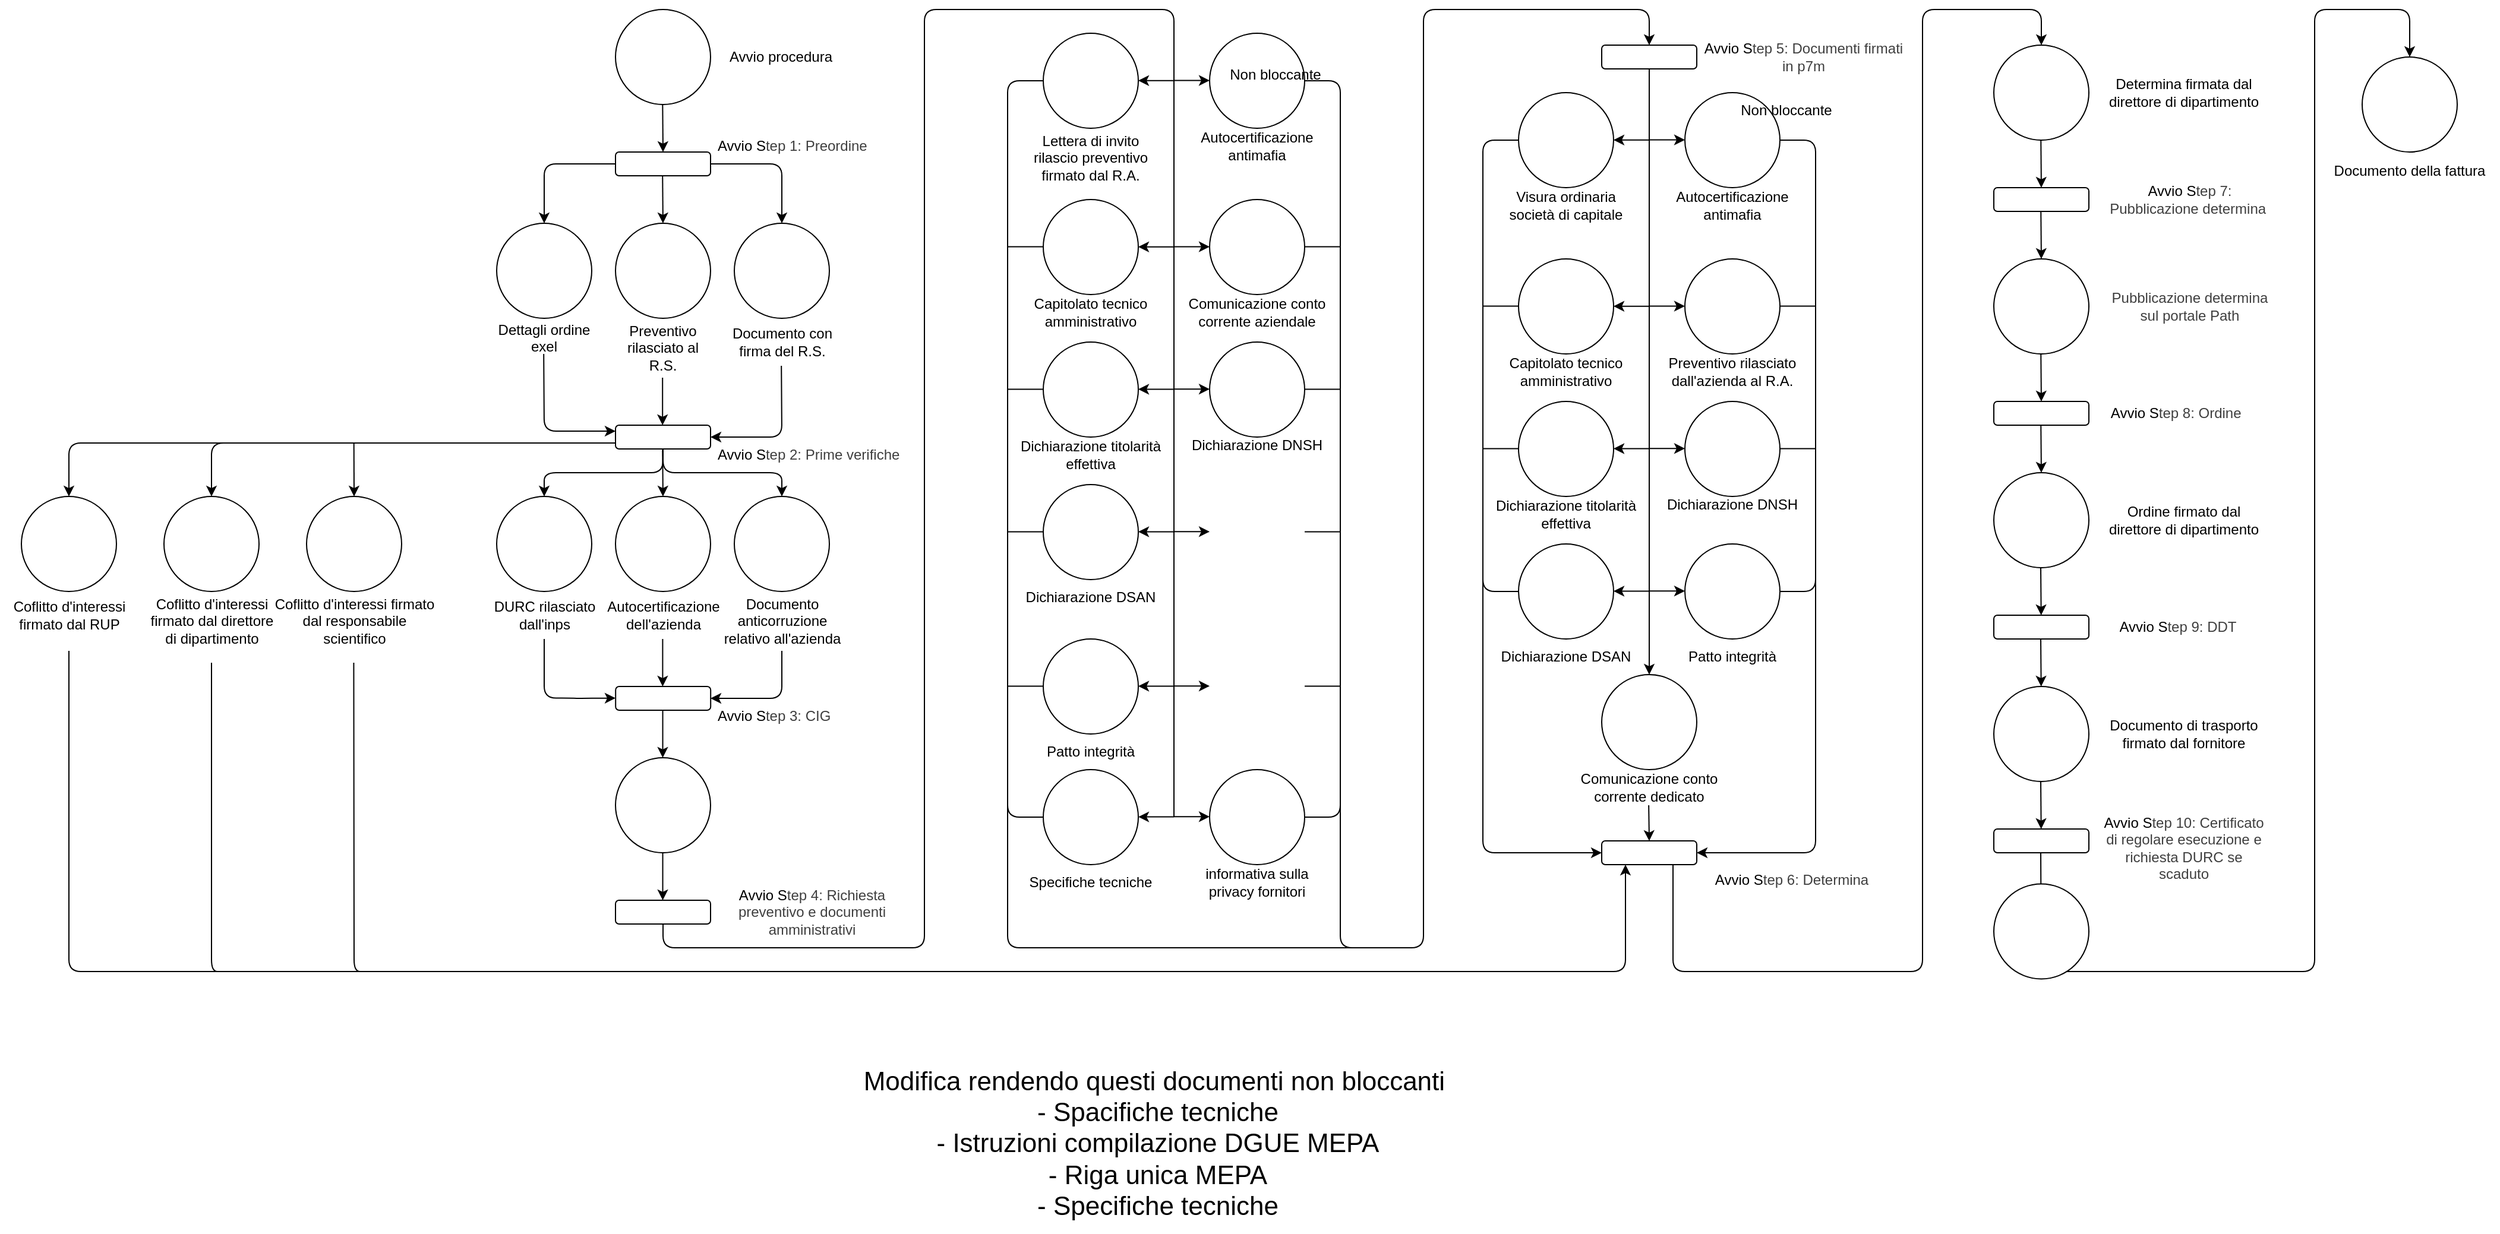
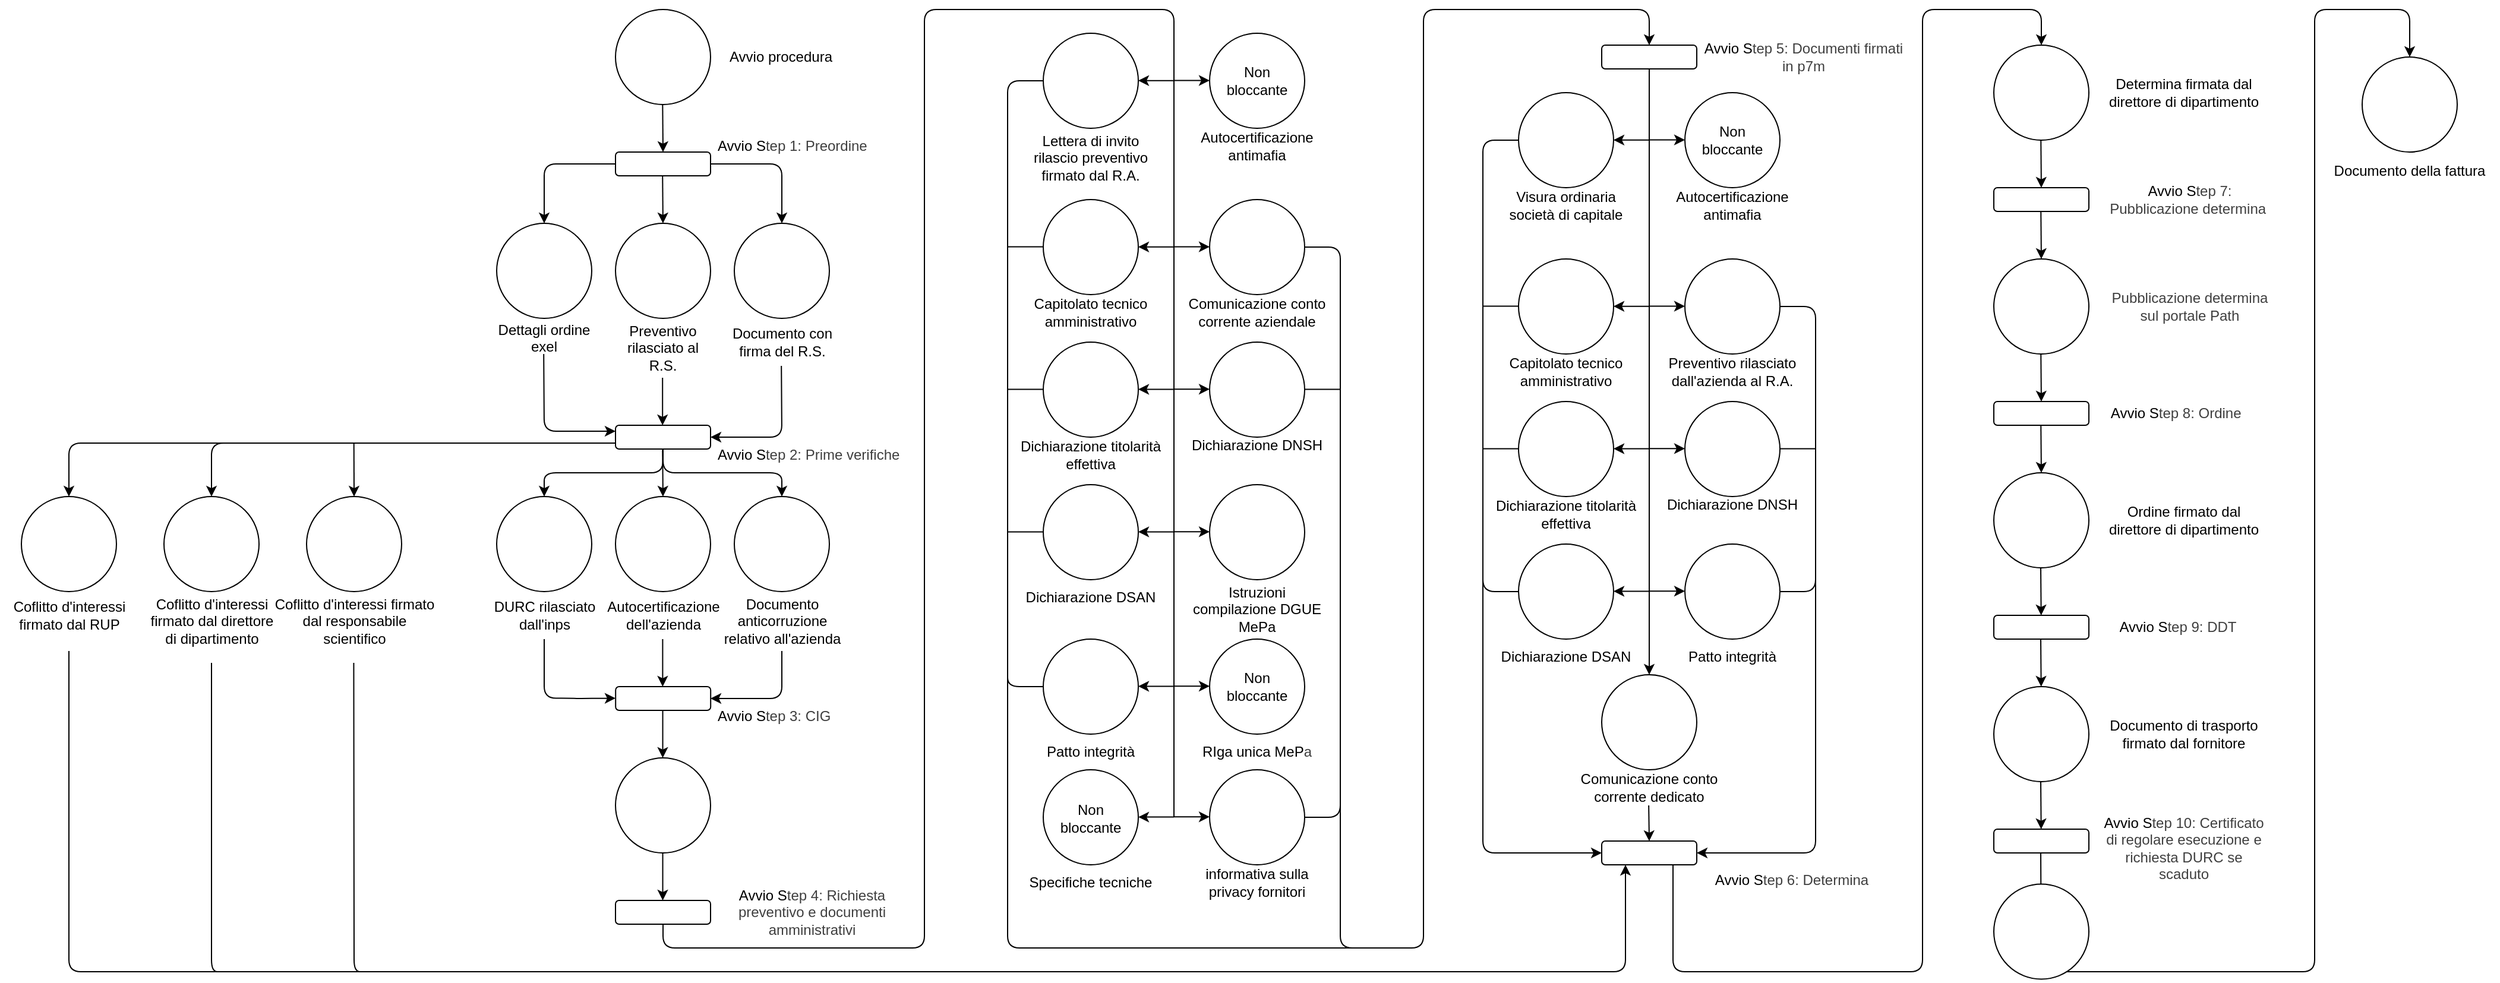
<mxfile host="65bd71144e">
    <diagram id="M0CqXsmwhPt5fOT2ijC5" name="Page-1">
-         <mxGraphModel dx="1296" dy="674" grid="1" gridSize="10" guides="1" tooltips="1" connect="1" arrows="1" fold="1" page="0" pageScale="1" pageWidth="827" pageHeight="1169" math="0" shadow="0">
+         <mxGraphModel dx="1529" dy="674" grid="1" gridSize="10" guides="1" tooltips="1" connect="1" arrows="1" fold="1" page="0" pageScale="1" pageWidth="827" pageHeight="1169" math="0" shadow="0">
            <root>
                <mxCell id="0"/>
                <mxCell id="1" parent="0"/>
                <mxCell id="2" value="" style="ellipse;whiteSpace=wrap;html=1;aspect=fixed;" parent="1" vertex="1">
                    <mxGeometry x="140" y="80" width="80" height="80" as="geometry"/>
                </mxCell>
                <mxCell id="3" value="" style="endArrow=classic;html=1;" parent="1" edge="1">
                    <mxGeometry width="50" height="50" relative="1" as="geometry">
                        <mxPoint x="179.66" y="160" as="sourcePoint"/>
                        <mxPoint x="180" y="200" as="targetPoint"/>
                    </mxGeometry>
                </mxCell>
                <mxCell id="4" value="" style="rounded=1;whiteSpace=wrap;html=1;strokeColor=default;align=center;verticalAlign=middle;fontFamily=Helvetica;fontSize=12;fontColor=default;fillColor=default;" parent="1" vertex="1">
                    <mxGeometry x="140" y="200" width="80" height="20" as="geometry"/>
                </mxCell>
                <mxCell id="5" value="Avvio procedura" style="text;strokeColor=none;fillColor=none;align=left;verticalAlign=middle;spacingLeft=4;spacingRight=4;overflow=hidden;points=[[0,0.5],[1,0.5]];portConstraint=eastwest;rotatable=0;whiteSpace=wrap;html=1;" parent="1" vertex="1">
                    <mxGeometry x="230" y="105" width="100" height="30" as="geometry"/>
                </mxCell>
                <mxCell id="6" value="Avvio S&lt;span style=&quot;color: rgb(63, 63, 63); background-color: transparent;&quot;&gt;tep 1: Preordine&lt;/span&gt;" style="text;strokeColor=none;fillColor=none;align=left;verticalAlign=middle;spacingLeft=4;spacingRight=4;overflow=hidden;points=[[0,0.5],[1,0.5]];portConstraint=eastwest;rotatable=0;whiteSpace=wrap;html=1;" parent="1" vertex="1">
                    <mxGeometry x="220" y="180" width="140" height="30" as="geometry"/>
                </mxCell>
                <mxCell id="7" value="" style="endArrow=classic;html=1;" parent="1" edge="1">
                    <mxGeometry width="50" height="50" relative="1" as="geometry">
                        <mxPoint x="179.62" y="220" as="sourcePoint"/>
                        <mxPoint x="179.96" y="260" as="targetPoint"/>
                    </mxGeometry>
                </mxCell>
                <mxCell id="8" value="" style="ellipse;whiteSpace=wrap;html=1;aspect=fixed;" parent="1" vertex="1">
                    <mxGeometry x="40" y="260" width="80" height="80" as="geometry"/>
                </mxCell>
                <mxCell id="9" value="" style="ellipse;whiteSpace=wrap;html=1;aspect=fixed;" parent="1" vertex="1">
                    <mxGeometry x="140" y="260" width="80" height="80" as="geometry"/>
                </mxCell>
                <mxCell id="10" value="" style="ellipse;whiteSpace=wrap;html=1;aspect=fixed;" parent="1" vertex="1">
                    <mxGeometry x="240" y="260" width="80" height="80" as="geometry"/>
                </mxCell>
                <mxCell id="11" value="Dettagli ordine exel" style="text;strokeColor=none;fillColor=none;align=center;verticalAlign=middle;spacingLeft=4;spacingRight=4;overflow=hidden;points=[[0,0.5],[1,0.5]];portConstraint=eastwest;rotatable=0;whiteSpace=wrap;html=1;" parent="1" vertex="1">
                    <mxGeometry x="35" y="340" width="90" height="30" as="geometry"/>
                </mxCell>
                <mxCell id="12" value="Preventivo rilasciato al R.S." style="text;strokeColor=none;fillColor=none;align=center;verticalAlign=middle;spacingLeft=4;spacingRight=4;overflow=hidden;points=[[0,0.5],[1,0.5]];portConstraint=eastwest;rotatable=0;whiteSpace=wrap;html=1;" parent="1" vertex="1">
                    <mxGeometry x="135" y="340" width="90" height="50" as="geometry"/>
                </mxCell>
                <mxCell id="13" value="Documento con firma del R.S." style="text;strokeColor=none;fillColor=none;align=center;verticalAlign=middle;spacingLeft=4;spacingRight=4;overflow=hidden;points=[[0,0.5],[1,0.5]];portConstraint=eastwest;rotatable=0;whiteSpace=wrap;html=1;" parent="1" vertex="1">
                    <mxGeometry x="227.5" y="340" width="105" height="40" as="geometry"/>
                </mxCell>
                <mxCell id="14" value="" style="endArrow=classic;html=1;exitX=1;exitY=0.5;exitDx=0;exitDy=0;entryX=0.5;entryY=0;entryDx=0;entryDy=0;" parent="1" source="4" target="10" edge="1">
                    <mxGeometry width="50" height="50" relative="1" as="geometry">
                        <mxPoint x="200" y="470" as="sourcePoint"/>
                        <mxPoint x="250" y="420" as="targetPoint"/>
                        <Array as="points">
                            <mxPoint x="280" y="210"/>
                        </Array>
                    </mxGeometry>
                </mxCell>
                <mxCell id="15" value="" style="endArrow=classic;html=1;exitX=0;exitY=0.5;exitDx=0;exitDy=0;entryX=0.5;entryY=0;entryDx=0;entryDy=0;" parent="1" source="4" edge="1">
                    <mxGeometry width="50" height="50" relative="1" as="geometry">
                        <mxPoint x="20" y="210" as="sourcePoint"/>
                        <mxPoint x="80" y="260" as="targetPoint"/>
                        <Array as="points">
                            <mxPoint x="80" y="210"/>
                        </Array>
                    </mxGeometry>
                </mxCell>
                <mxCell id="16" value="" style="endArrow=classic;html=1;entryX=0;entryY=0.25;entryDx=0;entryDy=0;" parent="1" target="20" edge="1">
                    <mxGeometry width="50" height="50" relative="1" as="geometry">
                        <mxPoint x="79.6" y="370" as="sourcePoint"/>
                        <mxPoint x="120" y="430" as="targetPoint"/>
                        <Array as="points">
                            <mxPoint x="80" y="435"/>
                        </Array>
                    </mxGeometry>
                </mxCell>
                <mxCell id="17" value="" style="endArrow=classic;html=1;" parent="1" edge="1">
                    <mxGeometry width="50" height="50" relative="1" as="geometry">
                        <mxPoint x="179.6" y="390" as="sourcePoint"/>
                        <mxPoint x="179.6" y="430" as="targetPoint"/>
                    </mxGeometry>
                </mxCell>
                <mxCell id="18" value="" style="endArrow=classic;html=1;entryX=1;entryY=0.5;entryDx=0;entryDy=0;" parent="1" target="20" edge="1">
                    <mxGeometry width="50" height="50" relative="1" as="geometry">
                        <mxPoint x="279.6" y="380" as="sourcePoint"/>
                        <mxPoint x="279.6" y="420" as="targetPoint"/>
                        <Array as="points">
                            <mxPoint x="280" y="440"/>
                        </Array>
                    </mxGeometry>
                </mxCell>
                <mxCell id="20" value="" style="rounded=1;whiteSpace=wrap;html=1;strokeColor=default;align=center;verticalAlign=middle;fontFamily=Helvetica;fontSize=12;fontColor=default;fillColor=default;" parent="1" vertex="1">
                    <mxGeometry x="140" y="430" width="80" height="20" as="geometry"/>
                </mxCell>
                <mxCell id="21" value="Avvio S&lt;span style=&quot;color: rgb(63, 63, 63); background-color: transparent;&quot;&gt;tep 2: Prime verifiche&lt;/span&gt;" style="text;strokeColor=none;fillColor=none;align=left;verticalAlign=middle;spacingLeft=4;spacingRight=4;overflow=hidden;points=[[0,0.5],[1,0.5]];portConstraint=eastwest;rotatable=0;whiteSpace=wrap;html=1;" parent="1" vertex="1">
                    <mxGeometry x="220" y="440" width="170" height="30" as="geometry"/>
                </mxCell>
                <mxCell id="22" value="" style="endArrow=classic;html=1;exitX=0;exitY=0.75;exitDx=0;exitDy=0;entryX=0.5;entryY=0;entryDx=0;entryDy=0;" parent="1" source="20" target="212" edge="1">
                    <mxGeometry width="50" height="50" relative="1" as="geometry">
                        <mxPoint x="-10" y="510" as="sourcePoint"/>
                        <mxPoint x="-200" y="390" as="targetPoint"/>
                        <Array as="points">
                            <mxPoint x="-200" y="445"/>
                        </Array>
                    </mxGeometry>
                </mxCell>
                <mxCell id="26" value="" style="endArrow=classic;html=1;" parent="1" edge="1">
                    <mxGeometry width="50" height="50" relative="1" as="geometry">
                        <mxPoint x="179.62" y="450" as="sourcePoint"/>
                        <mxPoint x="179.96" y="490" as="targetPoint"/>
                    </mxGeometry>
                </mxCell>
                <mxCell id="27" value="" style="ellipse;whiteSpace=wrap;html=1;aspect=fixed;" parent="1" vertex="1">
                    <mxGeometry x="40" y="490" width="80" height="80" as="geometry"/>
                </mxCell>
                <mxCell id="28" value="" style="ellipse;whiteSpace=wrap;html=1;aspect=fixed;" parent="1" vertex="1">
                    <mxGeometry x="140" y="490" width="80" height="80" as="geometry"/>
                </mxCell>
                <mxCell id="29" value="" style="ellipse;whiteSpace=wrap;html=1;aspect=fixed;" parent="1" vertex="1">
                    <mxGeometry x="240" y="490" width="80" height="80" as="geometry"/>
                </mxCell>
                <mxCell id="30" value="DURC rilasciato dall&#39;inps" style="text;strokeColor=none;fillColor=none;align=center;verticalAlign=middle;spacingLeft=4;spacingRight=4;overflow=hidden;points=[[0,0.5],[1,0.5]];portConstraint=eastwest;rotatable=0;whiteSpace=wrap;html=1;" parent="1" vertex="1">
                    <mxGeometry x="27.5" y="570" width="105" height="40" as="geometry"/>
                </mxCell>
                <mxCell id="31" value="Autocertificazione dell&#39;azienda" style="text;strokeColor=none;fillColor=none;align=center;verticalAlign=middle;spacingLeft=4;spacingRight=4;overflow=hidden;points=[[0,0.5],[1,0.5]];portConstraint=eastwest;rotatable=0;whiteSpace=wrap;html=1;" parent="1" vertex="1">
                    <mxGeometry x="127.5" y="565" width="105" height="50" as="geometry"/>
                </mxCell>
                <mxCell id="32" value="Documento anticorruzione relativo all&#39;azienda" style="text;strokeColor=none;fillColor=none;align=center;verticalAlign=middle;spacingLeft=4;spacingRight=4;overflow=hidden;points=[[0,0.5],[1,0.5]];portConstraint=eastwest;rotatable=0;whiteSpace=wrap;html=1;" parent="1" vertex="1">
                    <mxGeometry x="223.75" y="565" width="112.5" height="60" as="geometry"/>
                </mxCell>
                <mxCell id="33" value="" style="endArrow=classic;html=1;entryX=0.5;entryY=0;entryDx=0;entryDy=0;" parent="1" target="29" edge="1">
                    <mxGeometry width="50" height="50" relative="1" as="geometry">
                        <mxPoint x="180" y="450" as="sourcePoint"/>
                        <mxPoint x="250" y="650" as="targetPoint"/>
                        <Array as="points">
                            <mxPoint x="180" y="470"/>
                            <mxPoint x="280" y="470"/>
                        </Array>
                    </mxGeometry>
                </mxCell>
                <mxCell id="34" value="" style="endArrow=classic;html=1;entryX=0.5;entryY=0;entryDx=0;entryDy=0;" parent="1" edge="1">
                    <mxGeometry width="50" height="50" relative="1" as="geometry">
                        <mxPoint x="180" y="450" as="sourcePoint"/>
                        <mxPoint x="80" y="490" as="targetPoint"/>
                        <Array as="points">
                            <mxPoint x="180" y="470"/>
                            <mxPoint x="80" y="470"/>
                        </Array>
                    </mxGeometry>
                </mxCell>
                <mxCell id="38" value="" style="endArrow=classic;html=1;entryX=0;entryY=0.25;entryDx=0;entryDy=0;" parent="1" edge="1">
                    <mxGeometry width="50" height="50" relative="1" as="geometry">
                        <mxPoint x="80" y="610" as="sourcePoint"/>
                        <mxPoint x="140.00000000000003" y="659.8" as="targetPoint"/>
                        <Array as="points">
                            <mxPoint x="80.00000000000001" y="659.8"/>
                            <mxPoint x="99.9" y="659.8"/>
                            <mxPoint x="110" y="660"/>
                        </Array>
                    </mxGeometry>
                </mxCell>
                <mxCell id="39" value="" style="endArrow=classic;html=1;" parent="1" edge="1">
                    <mxGeometry width="50" height="50" relative="1" as="geometry">
                        <mxPoint x="179.7" y="610" as="sourcePoint"/>
                        <mxPoint x="179.7" y="650" as="targetPoint"/>
                    </mxGeometry>
                </mxCell>
                <mxCell id="40" value="" style="endArrow=classic;html=1;entryX=1;entryY=0.5;entryDx=0;entryDy=0;" parent="1" edge="1">
                    <mxGeometry width="50" height="50" relative="1" as="geometry">
                        <mxPoint x="280" y="620" as="sourcePoint"/>
                        <mxPoint x="219.99999999999991" y="660" as="targetPoint"/>
                        <Array as="points">
                            <mxPoint x="279.99999999999994" y="660"/>
                        </Array>
                    </mxGeometry>
                </mxCell>
                <mxCell id="41" value="" style="rounded=1;whiteSpace=wrap;html=1;strokeColor=default;align=center;verticalAlign=middle;fontFamily=Helvetica;fontSize=12;fontColor=default;fillColor=default;" parent="1" vertex="1">
                    <mxGeometry x="140.1" y="650" width="80" height="20" as="geometry"/>
                </mxCell>
                <mxCell id="42" value="Avvio S&lt;span style=&quot;color: rgb(63, 63, 63); background-color: transparent;&quot;&gt;tep 3: CIG&lt;/span&gt;" style="text;strokeColor=none;fillColor=none;align=left;verticalAlign=middle;spacingLeft=4;spacingRight=4;overflow=hidden;points=[[0,0.5],[1,0.5]];portConstraint=eastwest;rotatable=0;whiteSpace=wrap;html=1;" parent="1" vertex="1">
                    <mxGeometry x="220" y="660" width="170" height="30" as="geometry"/>
                </mxCell>
                <mxCell id="43" value="" style="endArrow=classic;html=1;" parent="1" edge="1">
                    <mxGeometry width="50" height="50" relative="1" as="geometry">
                        <mxPoint x="179.76" y="670" as="sourcePoint"/>
                        <mxPoint x="179.76" y="710" as="targetPoint"/>
                    </mxGeometry>
                </mxCell>
                <mxCell id="44" value="" style="ellipse;whiteSpace=wrap;html=1;aspect=fixed;" parent="1" vertex="1">
                    <mxGeometry x="140" y="710" width="80" height="80" as="geometry"/>
                </mxCell>
                <mxCell id="45" value="" style="rounded=1;whiteSpace=wrap;html=1;strokeColor=default;align=center;verticalAlign=middle;fontFamily=Helvetica;fontSize=12;fontColor=default;fillColor=default;" parent="1" vertex="1">
                    <mxGeometry x="140" y="830" width="80" height="20" as="geometry"/>
                </mxCell>
                <mxCell id="47" value="" style="endArrow=classic;html=1;" parent="1" edge="1">
                    <mxGeometry width="50" height="50" relative="1" as="geometry">
                        <mxPoint x="179.76" y="790" as="sourcePoint"/>
                        <mxPoint x="179.76" y="830" as="targetPoint"/>
                    </mxGeometry>
                </mxCell>
                <mxCell id="48" value="Avvio S&lt;span style=&quot;color: rgb(63, 63, 63); background-color: transparent;&quot;&gt;tep 4: Richiesta preventivo e documenti amministrativi&lt;/span&gt;" style="text;strokeColor=none;fillColor=none;align=center;verticalAlign=middle;spacingLeft=4;spacingRight=4;overflow=hidden;points=[[0,0.5],[1,0.5]];portConstraint=eastwest;rotatable=0;whiteSpace=wrap;html=1;" parent="1" vertex="1">
                    <mxGeometry x="222.5" y="816.25" width="165" height="47.5" as="geometry"/>
                </mxCell>
                <mxCell id="50" value="" style="ellipse;whiteSpace=wrap;html=1;aspect=fixed;" parent="1" vertex="1">
                    <mxGeometry x="500" y="100" width="80" height="80" as="geometry"/>
                </mxCell>
                <mxCell id="51" value="" style="ellipse;whiteSpace=wrap;html=1;aspect=fixed;" parent="1" vertex="1">
                    <mxGeometry x="500" y="240" width="80" height="80" as="geometry"/>
                </mxCell>
                <mxCell id="52" value="" style="ellipse;whiteSpace=wrap;html=1;aspect=fixed;" parent="1" vertex="1">
                    <mxGeometry x="500" y="360" width="80" height="80" as="geometry"/>
                </mxCell>
                <mxCell id="53" value="" style="ellipse;whiteSpace=wrap;html=1;aspect=fixed;" parent="1" vertex="1">
                    <mxGeometry x="500" y="480" width="80" height="80" as="geometry"/>
                </mxCell>
                <mxCell id="54" value="" style="ellipse;whiteSpace=wrap;html=1;aspect=fixed;" parent="1" vertex="1">
                    <mxGeometry x="500" y="610" width="80" height="80" as="geometry"/>
                </mxCell>
                <mxCell id="55" value="" style="ellipse;whiteSpace=wrap;html=1;aspect=fixed;" parent="1" vertex="1">
                    <mxGeometry x="500" y="720" width="80" height="80" as="geometry"/>
                </mxCell>
                <mxCell id="56" value="" style="ellipse;whiteSpace=wrap;html=1;aspect=fixed;" parent="1" vertex="1">
                    <mxGeometry x="640" y="100" width="80" height="80" as="geometry"/>
                </mxCell>
                <mxCell id="57" value="" style="ellipse;whiteSpace=wrap;html=1;aspect=fixed;" parent="1" vertex="1">
                    <mxGeometry x="640" y="240" width="80" height="80" as="geometry"/>
                </mxCell>
                <mxCell id="58" value="" style="ellipse;whiteSpace=wrap;html=1;aspect=fixed;" parent="1" vertex="1">
                    <mxGeometry x="640" y="360" width="80" height="80" as="geometry"/>
                </mxCell>
                <mxCell id="61" value="" style="ellipse;whiteSpace=wrap;html=1;aspect=fixed;" parent="1" vertex="1">
                    <mxGeometry x="640" y="720" width="80" height="80" as="geometry"/>
                </mxCell>
-                 <mxCell id="81" value="" style="endArrow=none;html=1;entryX=0;entryY=0.5;entryDx=0;entryDy=0;exitX=0;exitY=0.5;exitDx=0;exitDy=0;" parent="1" source="55" target="50" edge="1">
+                 <mxCell id="81" value="" style="endArrow=none;html=1;entryX=0;entryY=0.5;entryDx=0;entryDy=0;exitX=0;exitY=0.5;exitDx=0;exitDy=0;" parent="1" source="54" target="50" edge="1">
                    <mxGeometry width="50" height="50" relative="1" as="geometry">
                        <mxPoint x="470" y="636.8116295855979" as="sourcePoint"/>
                        <mxPoint x="510" y="375" as="targetPoint"/>
                        <Array as="points">
-                             <mxPoint x="470" y="760"/>
+                             <mxPoint x="470" y="650"/>
                            <mxPoint x="470" y="635"/>
                            <mxPoint x="470" y="140"/>
                        </Array>
                    </mxGeometry>
                </mxCell>
-                 <mxCell id="82" value="" style="endArrow=none;html=1;entryX=1;entryY=0.5;entryDx=0;entryDy=0;exitX=1;exitY=0.5;exitDx=0;exitDy=0;" parent="1" source="56" target="61" edge="1">
-                     <mxGeometry width="50" height="50" relative="1" as="geometry">
-                         <mxPoint x="780" y="130" as="sourcePoint"/>
+                 <mxCell id="82" value="" style="endArrow=none;html=1;entryX=1;entryY=0.5;entryDx=0;entryDy=0;exitX=1;exitY=0.5;exitDx=0;exitDy=0;" parent="1" source="57" target="61" edge="1">
+                     <mxGeometry width="50" height="50" relative="1" as="geometry">
+                         <mxPoint x="730" y="230" as="sourcePoint"/>
                        <mxPoint x="780" y="625" as="targetPoint"/>
                        <Array as="points">
-                             <mxPoint x="750" y="140"/>
+                             <mxPoint x="750" y="280"/>
                            <mxPoint x="750" y="635"/>
                            <mxPoint x="750" y="760"/>
                        </Array>
                    </mxGeometry>
                </mxCell>
                <mxCell id="83" value="" style="endArrow=classic;html=1;" parent="1" edge="1">
                    <mxGeometry width="50" height="50" relative="1" as="geometry">
                        <mxPoint x="610" y="759.81" as="sourcePoint"/>
                        <mxPoint x="580" y="759.81" as="targetPoint"/>
                    </mxGeometry>
                </mxCell>
                <mxCell id="85" value="" style="endArrow=classic;html=1;" parent="1" edge="1">
                    <mxGeometry width="50" height="50" relative="1" as="geometry">
                        <mxPoint x="610" y="759.6" as="sourcePoint"/>
                        <mxPoint x="640" y="759.6" as="targetPoint"/>
                    </mxGeometry>
                </mxCell>
                <mxCell id="86" value="" style="endArrow=classic;html=1;" parent="1" edge="1">
                    <mxGeometry width="50" height="50" relative="1" as="geometry">
                        <mxPoint x="610" y="649.74" as="sourcePoint"/>
                        <mxPoint x="580" y="649.74" as="targetPoint"/>
                    </mxGeometry>
                </mxCell>
                <mxCell id="87" value="" style="endArrow=classic;html=1;" parent="1" edge="1">
                    <mxGeometry width="50" height="50" relative="1" as="geometry">
                        <mxPoint x="610" y="649.65" as="sourcePoint"/>
                        <mxPoint x="640" y="649.65" as="targetPoint"/>
                    </mxGeometry>
                </mxCell>
                <mxCell id="88" value="" style="endArrow=classic;html=1;" parent="1" edge="1">
                    <mxGeometry width="50" height="50" relative="1" as="geometry">
                        <mxPoint x="610" y="519.74" as="sourcePoint"/>
                        <mxPoint x="580" y="519.74" as="targetPoint"/>
                    </mxGeometry>
                </mxCell>
                <mxCell id="89" value="" style="endArrow=classic;html=1;" parent="1" edge="1">
                    <mxGeometry width="50" height="50" relative="1" as="geometry">
                        <mxPoint x="610" y="519.65" as="sourcePoint"/>
                        <mxPoint x="640" y="519.65" as="targetPoint"/>
                    </mxGeometry>
                </mxCell>
                <mxCell id="90" value="" style="endArrow=classic;html=1;" parent="1" edge="1">
                    <mxGeometry width="50" height="50" relative="1" as="geometry">
                        <mxPoint x="610" y="399.74" as="sourcePoint"/>
                        <mxPoint x="580" y="399.74" as="targetPoint"/>
                    </mxGeometry>
                </mxCell>
                <mxCell id="91" value="" style="endArrow=classic;html=1;" parent="1" edge="1">
                    <mxGeometry width="50" height="50" relative="1" as="geometry">
                        <mxPoint x="610" y="399.65" as="sourcePoint"/>
                        <mxPoint x="640" y="399.65" as="targetPoint"/>
                        <Array as="points"/>
                    </mxGeometry>
                </mxCell>
                <mxCell id="92" value="" style="endArrow=classic;html=1;" parent="1" edge="1">
                    <mxGeometry width="50" height="50" relative="1" as="geometry">
                        <mxPoint x="610" y="279.84000000000003" as="sourcePoint"/>
                        <mxPoint x="580" y="279.84000000000003" as="targetPoint"/>
                    </mxGeometry>
                </mxCell>
                <mxCell id="93" value="" style="endArrow=classic;html=1;" parent="1" edge="1">
                    <mxGeometry width="50" height="50" relative="1" as="geometry">
                        <mxPoint x="610" y="279.75" as="sourcePoint"/>
                        <mxPoint x="640" y="279.75" as="targetPoint"/>
                    </mxGeometry>
                </mxCell>
                <mxCell id="94" value="" style="endArrow=classic;html=1;" parent="1" edge="1">
                    <mxGeometry width="50" height="50" relative="1" as="geometry">
                        <mxPoint x="610" y="139.84000000000003" as="sourcePoint"/>
                        <mxPoint x="580" y="139.84000000000003" as="targetPoint"/>
                    </mxGeometry>
                </mxCell>
                <mxCell id="95" value="" style="endArrow=classic;html=1;" parent="1" edge="1">
                    <mxGeometry width="50" height="50" relative="1" as="geometry">
                        <mxPoint x="610" y="139.75" as="sourcePoint"/>
                        <mxPoint x="640" y="139.75" as="targetPoint"/>
                    </mxGeometry>
                </mxCell>
-                 <mxCell id="96" value="" style="endArrow=none;html=1;" parent="1" edge="1">
-                     <mxGeometry width="50" height="50" relative="1" as="geometry">
-                         <mxPoint x="720" y="279.7" as="sourcePoint"/>
-                         <mxPoint x="750" y="279.7" as="targetPoint"/>
-                     </mxGeometry>
-                 </mxCell>
                <mxCell id="97" value="" style="endArrow=none;html=1;" parent="1" edge="1">
                    <mxGeometry width="50" height="50" relative="1" as="geometry">
                        <mxPoint x="720" y="399.7" as="sourcePoint"/>
                        <mxPoint x="750" y="399.7" as="targetPoint"/>
                    </mxGeometry>
                </mxCell>
-                 <mxCell id="98" value="" style="endArrow=none;html=1;" parent="1" edge="1">
-                     <mxGeometry width="50" height="50" relative="1" as="geometry">
-                         <mxPoint x="720" y="519.7" as="sourcePoint"/>
-                         <mxPoint x="750" y="519.7" as="targetPoint"/>
-                     </mxGeometry>
-                 </mxCell>
-                 <mxCell id="99" value="" style="endArrow=none;html=1;" parent="1" edge="1">
-                     <mxGeometry width="50" height="50" relative="1" as="geometry">
-                         <mxPoint x="720" y="649.7" as="sourcePoint"/>
-                         <mxPoint x="750" y="649.7" as="targetPoint"/>
-                     </mxGeometry>
-                 </mxCell>
                <mxCell id="100" value="" style="endArrow=none;html=1;" parent="1" edge="1">
                    <mxGeometry width="50" height="50" relative="1" as="geometry">
                        <mxPoint x="470" y="279.7" as="sourcePoint"/>
                        <mxPoint x="500" y="279.7" as="targetPoint"/>
                    </mxGeometry>
                </mxCell>
                <mxCell id="101" value="" style="endArrow=none;html=1;" parent="1" edge="1">
                    <mxGeometry width="50" height="50" relative="1" as="geometry">
                        <mxPoint x="470" y="399.7" as="sourcePoint"/>
                        <mxPoint x="500" y="399.7" as="targetPoint"/>
                    </mxGeometry>
                </mxCell>
                <mxCell id="102" value="" style="endArrow=none;html=1;" parent="1" edge="1">
                    <mxGeometry width="50" height="50" relative="1" as="geometry">
                        <mxPoint x="470" y="519.7" as="sourcePoint"/>
                        <mxPoint x="500" y="519.7" as="targetPoint"/>
                    </mxGeometry>
                </mxCell>
-                 <mxCell id="103" value="" style="endArrow=none;html=1;" parent="1" edge="1">
-                     <mxGeometry width="50" height="50" relative="1" as="geometry">
-                         <mxPoint x="470" y="649.7" as="sourcePoint"/>
-                         <mxPoint x="500" y="649.7" as="targetPoint"/>
-                     </mxGeometry>
-                 </mxCell>
                <mxCell id="105" value="Lettera di invito rilascio preventivo firmato dal R.A." style="text;strokeColor=none;fillColor=none;align=center;verticalAlign=middle;spacingLeft=4;spacingRight=4;overflow=hidden;points=[[0,0.5],[1,0.5]];portConstraint=eastwest;rotatable=0;whiteSpace=wrap;html=1;" parent="1" vertex="1">
                    <mxGeometry x="475" y="180" width="130" height="50" as="geometry"/>
                </mxCell>
                <mxCell id="106" value="Autocertificazione antimafia" style="text;strokeColor=none;fillColor=none;align=center;verticalAlign=middle;spacingLeft=4;spacingRight=4;overflow=hidden;points=[[0,0.5],[1,0.5]];portConstraint=eastwest;rotatable=0;whiteSpace=wrap;html=1;" parent="1" vertex="1">
                    <mxGeometry x="615" y="170" width="130" height="50" as="geometry"/>
                </mxCell>
                <mxCell id="107" value="Capitolato tecnico amministrativo" style="text;strokeColor=none;fillColor=none;align=center;verticalAlign=middle;spacingLeft=4;spacingRight=4;overflow=hidden;points=[[0,0.5],[1,0.5]];portConstraint=eastwest;rotatable=0;whiteSpace=wrap;html=1;" parent="1" vertex="1">
                    <mxGeometry x="475" y="310" width="130" height="50" as="geometry"/>
                </mxCell>
                <mxCell id="108" value="Comunicazione conto corrente aziendale" style="text;strokeColor=none;fillColor=none;align=center;verticalAlign=middle;spacingLeft=4;spacingRight=4;overflow=hidden;points=[[0,0.5],[1,0.5]];portConstraint=eastwest;rotatable=0;whiteSpace=wrap;html=1;" parent="1" vertex="1">
                    <mxGeometry x="615" y="310" width="130" height="50" as="geometry"/>
                </mxCell>
                <mxCell id="109" value="Dichiarazione titolarità effettiva" style="text;strokeColor=none;fillColor=none;align=center;verticalAlign=middle;spacingLeft=4;spacingRight=4;overflow=hidden;points=[[0,0.5],[1,0.5]];portConstraint=eastwest;rotatable=0;whiteSpace=wrap;html=1;" parent="1" vertex="1">
                    <mxGeometry x="475" y="430" width="130" height="50" as="geometry"/>
                </mxCell>
                <mxCell id="110" value="Dichiarazione DNSH" style="text;strokeColor=none;fillColor=none;align=center;verticalAlign=middle;spacingLeft=4;spacingRight=4;overflow=hidden;points=[[0,0.5],[1,0.5]];portConstraint=eastwest;rotatable=0;whiteSpace=wrap;html=1;" parent="1" vertex="1">
                    <mxGeometry x="615" y="422" width="130" height="50" as="geometry"/>
                </mxCell>
                <mxCell id="111" value="Dichiarazione DSAN" style="text;strokeColor=none;fillColor=none;align=center;verticalAlign=middle;spacingLeft=4;spacingRight=4;overflow=hidden;points=[[0,0.5],[1,0.5]];portConstraint=eastwest;rotatable=0;whiteSpace=wrap;html=1;" parent="1" vertex="1">
                    <mxGeometry x="475" y="550" width="130" height="50" as="geometry"/>
                </mxCell>
                <mxCell id="113" value="Patto integrità" style="text;strokeColor=none;fillColor=none;align=center;verticalAlign=middle;spacingLeft=4;spacingRight=4;overflow=hidden;points=[[0,0.5],[1,0.5]];portConstraint=eastwest;rotatable=0;whiteSpace=wrap;html=1;" parent="1" vertex="1">
                    <mxGeometry x="475" y="680" width="130" height="50" as="geometry"/>
                </mxCell>
                <mxCell id="116" value="Specifiche tecniche" style="text;strokeColor=none;fillColor=none;align=center;verticalAlign=middle;spacingLeft=4;spacingRight=4;overflow=hidden;points=[[0,0.5],[1,0.5]];portConstraint=eastwest;rotatable=0;whiteSpace=wrap;html=1;" parent="1" vertex="1">
                    <mxGeometry x="475" y="790" width="130" height="50" as="geometry"/>
                </mxCell>
                <mxCell id="117" value="informativa sulla privacy fornitori" style="text;strokeColor=none;fillColor=none;align=center;verticalAlign=middle;spacingLeft=4;spacingRight=4;overflow=hidden;points=[[0,0.5],[1,0.5]];portConstraint=eastwest;rotatable=0;whiteSpace=wrap;html=1;" parent="1" vertex="1">
                    <mxGeometry x="615" y="790" width="130" height="50" as="geometry"/>
                </mxCell>
                <mxCell id="118" value="" style="rounded=1;whiteSpace=wrap;html=1;strokeColor=default;align=center;verticalAlign=middle;fontFamily=Helvetica;fontSize=12;fontColor=default;fillColor=default;" parent="1" vertex="1">
                    <mxGeometry x="970" y="110" width="80" height="20" as="geometry"/>
                </mxCell>
                <mxCell id="120" value="" style="ellipse;whiteSpace=wrap;html=1;aspect=fixed;" parent="1" vertex="1">
                    <mxGeometry x="1300" y="110" width="80" height="80" as="geometry"/>
                </mxCell>
                <mxCell id="121" value="" style="ellipse;whiteSpace=wrap;html=1;aspect=fixed;" parent="1" vertex="1">
                    <mxGeometry x="-360" y="490" width="80" height="80" as="geometry"/>
                </mxCell>
                <mxCell id="122" value="Avvio S&lt;span style=&quot;color: rgb(63, 63, 63); background-color: transparent;&quot;&gt;tep 5: Documenti firmati in p7m&lt;/span&gt;" style="text;strokeColor=none;fillColor=none;align=center;verticalAlign=middle;spacingLeft=4;spacingRight=4;overflow=hidden;points=[[0,0.5],[1,0.5]];portConstraint=eastwest;rotatable=0;whiteSpace=wrap;html=1;" parent="1" vertex="1">
                    <mxGeometry x="1050" y="102.5" width="180" height="35" as="geometry"/>
                </mxCell>
                <mxCell id="123" value="" style="endArrow=classic;html=1;exitX=0.5;exitY=1;exitDx=0;exitDy=0;entryX=0.5;entryY=0;entryDx=0;entryDy=0;" parent="1" source="118" target="172" edge="1">
                    <mxGeometry width="50" height="50" relative="1" as="geometry">
                        <mxPoint x="1015" y="148.96000000000004" as="sourcePoint"/>
                        <mxPoint x="1004.64" y="310.0017175292969" as="targetPoint"/>
                    </mxGeometry>
                </mxCell>
                <mxCell id="124" value="" style="ellipse;whiteSpace=wrap;html=1;aspect=fixed;" parent="1" vertex="1">
                    <mxGeometry x="900" y="150" width="80" height="80" as="geometry"/>
                </mxCell>
                <mxCell id="125" value="" style="ellipse;whiteSpace=wrap;html=1;aspect=fixed;" parent="1" vertex="1">
                    <mxGeometry x="900" y="290" width="80" height="80" as="geometry"/>
                </mxCell>
                <mxCell id="126" value="" style="ellipse;whiteSpace=wrap;html=1;aspect=fixed;" parent="1" vertex="1">
                    <mxGeometry x="900" y="410" width="80" height="80" as="geometry"/>
                </mxCell>
                <mxCell id="127" value="" style="ellipse;whiteSpace=wrap;html=1;aspect=fixed;" parent="1" vertex="1">
                    <mxGeometry x="900" y="530" width="80" height="80" as="geometry"/>
                </mxCell>
                <mxCell id="130" value="" style="ellipse;whiteSpace=wrap;html=1;aspect=fixed;" parent="1" vertex="1">
                    <mxGeometry x="1040" y="150" width="80" height="80" as="geometry"/>
                </mxCell>
                <mxCell id="131" value="" style="ellipse;whiteSpace=wrap;html=1;aspect=fixed;" parent="1" vertex="1">
                    <mxGeometry x="1040" y="290" width="80" height="80" as="geometry"/>
                </mxCell>
                <mxCell id="132" value="" style="ellipse;whiteSpace=wrap;html=1;aspect=fixed;" parent="1" vertex="1">
                    <mxGeometry x="1040" y="410" width="80" height="80" as="geometry"/>
                </mxCell>
                <mxCell id="133" value="" style="ellipse;whiteSpace=wrap;html=1;aspect=fixed;" parent="1" vertex="1">
                    <mxGeometry x="1040" y="530" width="80" height="80" as="geometry"/>
                </mxCell>
                <mxCell id="136" value="" style="endArrow=none;html=1;entryX=0;entryY=0.5;entryDx=0;entryDy=0;exitX=0;exitY=0.5;exitDx=0;exitDy=0;" parent="1" source="127" target="124" edge="1">
                    <mxGeometry width="50" height="50" relative="1" as="geometry">
                        <mxPoint x="900" y="810" as="sourcePoint"/>
                        <mxPoint x="910" y="425" as="targetPoint"/>
                        <Array as="points">
                            <mxPoint x="870" y="570"/>
                            <mxPoint x="870" y="190"/>
                        </Array>
                    </mxGeometry>
                </mxCell>
-                 <mxCell id="137" value="" style="endArrow=none;html=1;entryX=1;entryY=0.5;entryDx=0;entryDy=0;exitX=1;exitY=0.5;exitDx=0;exitDy=0;" parent="1" source="130" target="133" edge="1">
+                 <mxCell id="137" value="" style="endArrow=none;html=1;entryX=1;entryY=0.5;entryDx=0;entryDy=0;exitX=1;exitY=0.5;exitDx=0;exitDy=0;" parent="1" source="131" target="133" edge="1">
                    <mxGeometry width="50" height="50" relative="1" as="geometry">
                        <mxPoint x="1180" y="180" as="sourcePoint"/>
                        <mxPoint x="1120.0000000000002" y="810" as="targetPoint"/>
                        <Array as="points">
-                             <mxPoint x="1150" y="190"/>
+                             <mxPoint x="1150" y="330"/>
                            <mxPoint x="1150" y="570"/>
                        </Array>
                    </mxGeometry>
                </mxCell>
                <mxCell id="142" value="" style="endArrow=classic;html=1;" parent="1" edge="1">
                    <mxGeometry width="50" height="50" relative="1" as="geometry">
                        <mxPoint x="1010" y="569.74" as="sourcePoint"/>
                        <mxPoint x="980" y="569.74" as="targetPoint"/>
                    </mxGeometry>
                </mxCell>
                <mxCell id="143" value="" style="endArrow=classic;html=1;" parent="1" edge="1">
                    <mxGeometry width="50" height="50" relative="1" as="geometry">
                        <mxPoint x="1010" y="569.65" as="sourcePoint"/>
                        <mxPoint x="1040" y="569.65" as="targetPoint"/>
                    </mxGeometry>
                </mxCell>
                <mxCell id="144" value="" style="endArrow=classic;html=1;" parent="1" edge="1">
                    <mxGeometry width="50" height="50" relative="1" as="geometry">
                        <mxPoint x="1010" y="449.74" as="sourcePoint"/>
                        <mxPoint x="980" y="449.74" as="targetPoint"/>
                    </mxGeometry>
                </mxCell>
                <mxCell id="145" value="" style="endArrow=classic;html=1;" parent="1" edge="1">
                    <mxGeometry width="50" height="50" relative="1" as="geometry">
                        <mxPoint x="1010" y="449.65" as="sourcePoint"/>
                        <mxPoint x="1040" y="449.65" as="targetPoint"/>
                        <Array as="points"/>
                    </mxGeometry>
                </mxCell>
                <mxCell id="146" value="" style="endArrow=classic;html=1;" parent="1" edge="1">
                    <mxGeometry width="50" height="50" relative="1" as="geometry">
                        <mxPoint x="1010" y="329.84000000000003" as="sourcePoint"/>
                        <mxPoint x="980" y="329.84000000000003" as="targetPoint"/>
                    </mxGeometry>
                </mxCell>
                <mxCell id="147" value="" style="endArrow=classic;html=1;" parent="1" edge="1">
                    <mxGeometry width="50" height="50" relative="1" as="geometry">
                        <mxPoint x="1010" y="329.75" as="sourcePoint"/>
                        <mxPoint x="1040" y="329.75" as="targetPoint"/>
                    </mxGeometry>
                </mxCell>
                <mxCell id="148" value="" style="endArrow=classic;html=1;" parent="1" edge="1">
                    <mxGeometry width="50" height="50" relative="1" as="geometry">
                        <mxPoint x="1010" y="189.84000000000003" as="sourcePoint"/>
                        <mxPoint x="980" y="189.84000000000003" as="targetPoint"/>
                    </mxGeometry>
                </mxCell>
                <mxCell id="149" value="" style="endArrow=classic;html=1;" parent="1" edge="1">
                    <mxGeometry width="50" height="50" relative="1" as="geometry">
                        <mxPoint x="1010" y="189.75" as="sourcePoint"/>
                        <mxPoint x="1040" y="189.75" as="targetPoint"/>
-                     </mxGeometry>
-                 </mxCell>
-                 <mxCell id="150" value="" style="endArrow=none;html=1;" parent="1" edge="1">
-                     <mxGeometry width="50" height="50" relative="1" as="geometry">
-                         <mxPoint x="1120" y="329.7" as="sourcePoint"/>
-                         <mxPoint x="1150" y="329.7" as="targetPoint"/>
                    </mxGeometry>
                </mxCell>
                <mxCell id="151" value="" style="endArrow=none;html=1;" parent="1" edge="1">
                    <mxGeometry width="50" height="50" relative="1" as="geometry">
                        <mxPoint x="1120" y="449.7" as="sourcePoint"/>
                        <mxPoint x="1150" y="449.7" as="targetPoint"/>
                    </mxGeometry>
                </mxCell>
                <mxCell id="154" value="" style="endArrow=none;html=1;" parent="1" edge="1">
                    <mxGeometry width="50" height="50" relative="1" as="geometry">
                        <mxPoint x="870" y="329.7" as="sourcePoint"/>
                        <mxPoint x="900" y="329.7" as="targetPoint"/>
                    </mxGeometry>
                </mxCell>
                <mxCell id="155" value="" style="endArrow=none;html=1;" parent="1" edge="1">
                    <mxGeometry width="50" height="50" relative="1" as="geometry">
                        <mxPoint x="870" y="449.7" as="sourcePoint"/>
                        <mxPoint x="900" y="449.7" as="targetPoint"/>
                    </mxGeometry>
                </mxCell>
                <mxCell id="159" value="Autocertificazione antimafia" style="text;strokeColor=none;fillColor=none;align=center;verticalAlign=middle;spacingLeft=4;spacingRight=4;overflow=hidden;points=[[0,0.5],[1,0.5]];portConstraint=eastwest;rotatable=0;whiteSpace=wrap;html=1;" parent="1" vertex="1">
                    <mxGeometry x="1015" y="220" width="130" height="50" as="geometry"/>
                </mxCell>
                <mxCell id="160" value="Capitolato tecnico amministrativo" style="text;strokeColor=none;fillColor=none;align=center;verticalAlign=middle;spacingLeft=4;spacingRight=4;overflow=hidden;points=[[0,0.5],[1,0.5]];portConstraint=eastwest;rotatable=0;whiteSpace=wrap;html=1;" parent="1" vertex="1">
                    <mxGeometry x="875" y="360" width="130" height="50" as="geometry"/>
                </mxCell>
                <mxCell id="162" value="Dichiarazione titolarità effettiva" style="text;strokeColor=none;fillColor=none;align=center;verticalAlign=middle;spacingLeft=4;spacingRight=4;overflow=hidden;points=[[0,0.5],[1,0.5]];portConstraint=eastwest;rotatable=0;whiteSpace=wrap;html=1;" parent="1" vertex="1">
                    <mxGeometry x="875" y="480" width="130" height="50" as="geometry"/>
                </mxCell>
                <mxCell id="163" value="Dichiarazione DNSH" style="text;strokeColor=none;fillColor=none;align=center;verticalAlign=middle;spacingLeft=4;spacingRight=4;overflow=hidden;points=[[0,0.5],[1,0.5]];portConstraint=eastwest;rotatable=0;whiteSpace=wrap;html=1;" parent="1" vertex="1">
                    <mxGeometry x="1015" y="472" width="130" height="50" as="geometry"/>
                </mxCell>
                <mxCell id="164" value="Dichiarazione DSAN" style="text;strokeColor=none;fillColor=none;align=center;verticalAlign=middle;spacingLeft=4;spacingRight=4;overflow=hidden;points=[[0,0.5],[1,0.5]];portConstraint=eastwest;rotatable=0;whiteSpace=wrap;html=1;" parent="1" vertex="1">
                    <mxGeometry x="875" y="600" width="130" height="50" as="geometry"/>
                </mxCell>
                <mxCell id="166" value="Patto integrità" style="text;strokeColor=none;fillColor=none;align=center;verticalAlign=middle;spacingLeft=4;spacingRight=4;overflow=hidden;points=[[0,0.5],[1,0.5]];portConstraint=eastwest;rotatable=0;whiteSpace=wrap;html=1;" parent="1" vertex="1">
                    <mxGeometry x="1015" y="600" width="130" height="50" as="geometry"/>
                </mxCell>
                <mxCell id="170" value="Visura ordinaria società di capitale" style="text;strokeColor=none;fillColor=none;align=center;verticalAlign=middle;spacingLeft=4;spacingRight=4;overflow=hidden;points=[[0,0.5],[1,0.5]];portConstraint=eastwest;rotatable=0;whiteSpace=wrap;html=1;" parent="1" vertex="1">
                    <mxGeometry x="875" y="220" width="130" height="50" as="geometry"/>
                </mxCell>
                <mxCell id="171" value="Preventivo rilasciato dall&#39;azienda al R.A." style="text;strokeColor=none;fillColor=none;align=center;verticalAlign=middle;spacingLeft=4;spacingRight=4;overflow=hidden;points=[[0,0.5],[1,0.5]];portConstraint=eastwest;rotatable=0;whiteSpace=wrap;html=1;" parent="1" vertex="1">
                    <mxGeometry x="1015" y="360" width="130" height="50" as="geometry"/>
                </mxCell>
                <mxCell id="173" value="" style="endArrow=classic;html=1;" parent="1" target="172" edge="1">
                    <mxGeometry width="50" height="50" relative="1" as="geometry">
                        <mxPoint x="1010" y="711.4881243024554" as="sourcePoint"/>
                        <mxPoint x="1010" y="931.0417175292969" as="targetPoint"/>
                    </mxGeometry>
                </mxCell>
                <mxCell id="172" value="" style="ellipse;whiteSpace=wrap;html=1;aspect=fixed;" parent="1" vertex="1">
                    <mxGeometry x="970" y="640" width="80" height="80" as="geometry"/>
                </mxCell>
                <mxCell id="175" value="Comunicazione conto corrente dedicato" style="text;strokeColor=none;fillColor=none;align=center;verticalAlign=middle;spacingLeft=4;spacingRight=4;overflow=hidden;points=[[0,0.5],[1,0.5]];portConstraint=eastwest;rotatable=0;whiteSpace=wrap;html=1;" parent="1" vertex="1">
                    <mxGeometry x="945" y="710" width="130" height="50" as="geometry"/>
                </mxCell>
                <mxCell id="177" value="" style="rounded=1;whiteSpace=wrap;html=1;strokeColor=default;align=center;verticalAlign=middle;fontFamily=Helvetica;fontSize=12;fontColor=default;fillColor=default;" parent="1" vertex="1">
                    <mxGeometry x="970" y="780" width="80" height="20" as="geometry"/>
                </mxCell>
                <mxCell id="178" value="" style="endArrow=classic;html=1;exitX=0.5;exitY=1;exitDx=0;exitDy=0;" parent="1" edge="1">
                    <mxGeometry width="50" height="50" relative="1" as="geometry">
                        <mxPoint x="1009.57" y="750" as="sourcePoint"/>
                        <mxPoint x="1010" y="780" as="targetPoint"/>
                    </mxGeometry>
                </mxCell>
                <mxCell id="180" value="" style="endArrow=classic;html=1;entryX=0;entryY=0.5;entryDx=0;entryDy=0;" parent="1" target="177" edge="1">
                    <mxGeometry width="50" height="50" relative="1" as="geometry">
                        <mxPoint x="870" y="560" as="sourcePoint"/>
                        <mxPoint x="940" y="810" as="targetPoint"/>
                        <Array as="points">
                            <mxPoint x="870" y="790"/>
                        </Array>
                    </mxGeometry>
                </mxCell>
                <mxCell id="181" value="" style="endArrow=classic;html=1;entryX=1;entryY=0.5;entryDx=0;entryDy=0;" parent="1" target="177" edge="1">
                    <mxGeometry width="50" height="50" relative="1" as="geometry">
                        <mxPoint x="1150" y="560" as="sourcePoint"/>
                        <mxPoint x="1250" y="790" as="targetPoint"/>
                        <Array as="points">
                            <mxPoint x="1150" y="790"/>
                        </Array>
                    </mxGeometry>
                </mxCell>
                <mxCell id="182" value="Avvio S&lt;span style=&quot;color: rgb(63, 63, 63); background-color: transparent;&quot;&gt;tep 6: Determina&lt;/span&gt;" style="text;strokeColor=none;fillColor=none;align=center;verticalAlign=middle;spacingLeft=4;spacingRight=4;overflow=hidden;points=[[0,0.5],[1,0.5]];portConstraint=eastwest;rotatable=0;whiteSpace=wrap;html=1;" parent="1" vertex="1">
                    <mxGeometry x="1040" y="795" width="180" height="35" as="geometry"/>
                </mxCell>
                <mxCell id="183" value="" style="endArrow=classic;html=1;entryX=0.5;entryY=0;entryDx=0;entryDy=0;exitX=0.75;exitY=1;exitDx=0;exitDy=0;" parent="1" source="177" target="120" edge="1">
                    <mxGeometry width="50" height="50" relative="1" as="geometry">
                        <mxPoint x="1020" y="820" as="sourcePoint"/>
                        <mxPoint x="1400" y="110" as="targetPoint"/>
                        <Array as="points">
                            <mxPoint x="1030" y="890"/>
                            <mxPoint x="1240" y="890"/>
                            <mxPoint x="1240" y="80"/>
                            <mxPoint x="1340" y="80"/>
                        </Array>
                    </mxGeometry>
                </mxCell>
                <mxCell id="185" value="Determina firmata dal direttore di dipartimento" style="text;strokeColor=none;fillColor=none;align=center;verticalAlign=middle;spacingLeft=4;spacingRight=4;overflow=hidden;points=[[0,0.5],[1,0.5]];portConstraint=eastwest;rotatable=0;whiteSpace=wrap;html=1;" parent="1" vertex="1">
                    <mxGeometry x="1390" y="125" width="140" height="50" as="geometry"/>
                </mxCell>
                <mxCell id="186" value="" style="endArrow=classic;html=1;" parent="1" edge="1">
                    <mxGeometry width="50" height="50" relative="1" as="geometry">
                        <mxPoint x="1339.63" y="190" as="sourcePoint"/>
                        <mxPoint x="1339.97" y="230" as="targetPoint"/>
                    </mxGeometry>
                </mxCell>
                <mxCell id="187" value="" style="rounded=1;whiteSpace=wrap;html=1;strokeColor=default;align=center;verticalAlign=middle;fontFamily=Helvetica;fontSize=12;fontColor=default;fillColor=default;" parent="1" vertex="1">
                    <mxGeometry x="1300" y="230" width="80" height="20" as="geometry"/>
                </mxCell>
                <mxCell id="188" value="Avvio S&lt;span style=&quot;color: rgb(63, 63, 63); background-color: transparent;&quot;&gt;tep 7: Pubblicazione determina&amp;nbsp;&lt;/span&gt;" style="text;strokeColor=none;fillColor=none;align=center;verticalAlign=middle;spacingLeft=4;spacingRight=4;overflow=hidden;points=[[0,0.5],[1,0.5]];portConstraint=eastwest;rotatable=0;whiteSpace=wrap;html=1;" parent="1" vertex="1">
                    <mxGeometry x="1390" y="222.5" width="150" height="35" as="geometry"/>
                </mxCell>
                <mxCell id="189" value="" style="ellipse;whiteSpace=wrap;html=1;aspect=fixed;" parent="1" vertex="1">
                    <mxGeometry x="1300" y="290" width="80" height="80" as="geometry"/>
                </mxCell>
                <mxCell id="190" value="&lt;span style=&quot;color: rgb(63, 63, 63); background-color: transparent;&quot;&gt;Pubblicazione determina sul portale Path&lt;/span&gt;" style="text;strokeColor=none;fillColor=none;align=center;verticalAlign=middle;spacingLeft=4;spacingRight=4;overflow=hidden;points=[[0,0.5],[1,0.5]];portConstraint=eastwest;rotatable=0;whiteSpace=wrap;html=1;" parent="1" vertex="1">
                    <mxGeometry x="1390" y="306.25" width="150" height="47.5" as="geometry"/>
                </mxCell>
                <mxCell id="191" value="" style="endArrow=classic;html=1;" parent="1" edge="1">
                    <mxGeometry width="50" height="50" relative="1" as="geometry">
                        <mxPoint x="1339.63" y="250" as="sourcePoint"/>
                        <mxPoint x="1339.97" y="290" as="targetPoint"/>
                    </mxGeometry>
                </mxCell>
                <mxCell id="192" value="" style="rounded=1;whiteSpace=wrap;html=1;strokeColor=default;align=center;verticalAlign=middle;fontFamily=Helvetica;fontSize=12;fontColor=default;fillColor=default;" parent="1" vertex="1">
                    <mxGeometry x="1300" y="410" width="80" height="20" as="geometry"/>
                </mxCell>
                <mxCell id="193" value="" style="endArrow=classic;html=1;" parent="1" edge="1">
                    <mxGeometry width="50" height="50" relative="1" as="geometry">
                        <mxPoint x="1339.63" y="370" as="sourcePoint"/>
                        <mxPoint x="1339.97" y="410" as="targetPoint"/>
                    </mxGeometry>
                </mxCell>
                <mxCell id="194" value="Avvio S&lt;span style=&quot;color: rgb(63, 63, 63); background-color: transparent;&quot;&gt;tep 8: Ordine&amp;nbsp;&lt;/span&gt;" style="text;strokeColor=none;fillColor=none;align=center;verticalAlign=middle;spacingLeft=4;spacingRight=4;overflow=hidden;points=[[0,0.5],[1,0.5]];portConstraint=eastwest;rotatable=0;whiteSpace=wrap;html=1;" parent="1" vertex="1">
                    <mxGeometry x="1380" y="402.5" width="150" height="35" as="geometry"/>
                </mxCell>
                <mxCell id="195" value="" style="ellipse;whiteSpace=wrap;html=1;aspect=fixed;" parent="1" vertex="1">
                    <mxGeometry x="1300" y="470" width="80" height="80" as="geometry"/>
                </mxCell>
                <mxCell id="196" value="" style="endArrow=classic;html=1;" parent="1" edge="1">
                    <mxGeometry width="50" height="50" relative="1" as="geometry">
                        <mxPoint x="1339.63" y="430" as="sourcePoint"/>
                        <mxPoint x="1339.97" y="470" as="targetPoint"/>
                    </mxGeometry>
                </mxCell>
                <mxCell id="197" value="Ordine firmato dal direttore di dipartimento" style="text;strokeColor=none;fillColor=none;align=center;verticalAlign=middle;spacingLeft=4;spacingRight=4;overflow=hidden;points=[[0,0.5],[1,0.5]];portConstraint=eastwest;rotatable=0;whiteSpace=wrap;html=1;" parent="1" vertex="1">
                    <mxGeometry x="1385" y="486.25" width="150" height="47.5" as="geometry"/>
                </mxCell>
                <mxCell id="199" value="" style="rounded=1;whiteSpace=wrap;html=1;strokeColor=default;align=center;verticalAlign=middle;fontFamily=Helvetica;fontSize=12;fontColor=default;fillColor=default;" parent="1" vertex="1">
                    <mxGeometry x="1300" y="590" width="80" height="20" as="geometry"/>
                </mxCell>
                <mxCell id="200" value="" style="endArrow=classic;html=1;" parent="1" edge="1">
                    <mxGeometry width="50" height="50" relative="1" as="geometry">
                        <mxPoint x="1339.5" y="550" as="sourcePoint"/>
                        <mxPoint x="1339.84" y="590" as="targetPoint"/>
                    </mxGeometry>
                </mxCell>
                <mxCell id="203" value="Avvio S&lt;span style=&quot;color: rgb(63, 63, 63); background-color: transparent;&quot;&gt;tep 9: DDT&lt;/span&gt;" style="text;strokeColor=none;fillColor=none;align=center;verticalAlign=middle;spacingLeft=4;spacingRight=4;overflow=hidden;points=[[0,0.5],[1,0.5]];portConstraint=eastwest;rotatable=0;whiteSpace=wrap;html=1;" parent="1" vertex="1">
                    <mxGeometry x="1380" y="582.5" width="150" height="35" as="geometry"/>
                </mxCell>
                <mxCell id="204" value="" style="ellipse;whiteSpace=wrap;html=1;aspect=fixed;" parent="1" vertex="1">
                    <mxGeometry x="1300" y="650" width="80" height="80" as="geometry"/>
                </mxCell>
                <mxCell id="205" value="" style="endArrow=classic;html=1;" parent="1" edge="1">
                    <mxGeometry width="50" height="50" relative="1" as="geometry">
                        <mxPoint x="1339.5" y="610" as="sourcePoint"/>
                        <mxPoint x="1339.84" y="650" as="targetPoint"/>
                    </mxGeometry>
                </mxCell>
                <mxCell id="206" value="Documento di trasporto firmato dal fornitore" style="text;strokeColor=none;fillColor=none;align=center;verticalAlign=middle;spacingLeft=4;spacingRight=4;overflow=hidden;points=[[0,0.5],[1,0.5]];portConstraint=eastwest;rotatable=0;whiteSpace=wrap;html=1;" parent="1" vertex="1">
                    <mxGeometry x="1385" y="666.25" width="150" height="47.5" as="geometry"/>
                </mxCell>
                <mxCell id="208" value="" style="endArrow=classic;html=1;" parent="1" edge="1">
                    <mxGeometry width="50" height="50" relative="1" as="geometry">
                        <mxPoint x="1339.5" y="730" as="sourcePoint"/>
                        <mxPoint x="1339.84" y="770" as="targetPoint"/>
                    </mxGeometry>
                </mxCell>
                <mxCell id="209" value="" style="rounded=1;whiteSpace=wrap;html=1;strokeColor=default;align=center;verticalAlign=middle;fontFamily=Helvetica;fontSize=12;fontColor=default;fillColor=default;" parent="1" vertex="1">
                    <mxGeometry x="1300" y="770" width="80" height="20" as="geometry"/>
                </mxCell>
                <mxCell id="210" value="" style="endArrow=classic;html=1;" parent="1" edge="1">
                    <mxGeometry width="50" height="50" relative="1" as="geometry">
                        <mxPoint x="1339.5" y="790" as="sourcePoint"/>
                        <mxPoint x="1650" y="120" as="targetPoint"/>
                        <Array as="points">
                            <mxPoint x="1340" y="890"/>
                            <mxPoint x="1570" y="890"/>
                            <mxPoint x="1570" y="80"/>
                            <mxPoint x="1650" y="80"/>
                        </Array>
                    </mxGeometry>
                </mxCell>
                <mxCell id="211" value="Avvio S&lt;span style=&quot;color: rgb(63, 63, 63); background-color: transparent;&quot;&gt;tep 10: Certificato di regolare esecuzione e richiesta DURC se scaduto&lt;/span&gt;" style="text;strokeColor=none;fillColor=none;align=center;verticalAlign=middle;spacingLeft=4;spacingRight=4;overflow=hidden;points=[[0,0.5],[1,0.5]];portConstraint=eastwest;rotatable=0;whiteSpace=wrap;html=1;" parent="1" vertex="1">
                    <mxGeometry x="1385" y="751.25" width="150" height="68.75" as="geometry"/>
                </mxCell>
                <mxCell id="212" value="" style="ellipse;whiteSpace=wrap;html=1;aspect=fixed;" parent="1" vertex="1">
                    <mxGeometry x="-240" y="490" width="80" height="80" as="geometry"/>
                </mxCell>
                <mxCell id="213" value="" style="ellipse;whiteSpace=wrap;html=1;aspect=fixed;" parent="1" vertex="1">
                    <mxGeometry x="-120" y="490" width="80" height="80" as="geometry"/>
                </mxCell>
                <mxCell id="214" value="" style="ellipse;whiteSpace=wrap;html=1;aspect=fixed;" parent="1" vertex="1">
                    <mxGeometry x="1610" y="120" width="80" height="80" as="geometry"/>
                </mxCell>
                <mxCell id="217" value="Documento della fattura" style="text;strokeColor=none;fillColor=none;align=center;verticalAlign=middle;spacingLeft=4;spacingRight=4;overflow=hidden;points=[[0,0.5],[1,0.5]];portConstraint=eastwest;rotatable=0;whiteSpace=wrap;html=1;" parent="1" vertex="1">
                    <mxGeometry x="1575" y="192.5" width="150" height="47.5" as="geometry"/>
                </mxCell>
                <mxCell id="218" value="" style="endArrow=classic;html=1;entryX=0.5;entryY=0;entryDx=0;entryDy=0;" parent="1" target="213" edge="1">
                    <mxGeometry width="50" height="50" relative="1" as="geometry">
                        <mxPoint x="-80.16" y="445" as="sourcePoint"/>
                        <mxPoint x="-80" y="390" as="targetPoint"/>
                    </mxGeometry>
                </mxCell>
                <mxCell id="219" value="" style="endArrow=classic;html=1;entryX=0.5;entryY=0;entryDx=0;entryDy=0;" parent="1" target="121" edge="1">
                    <mxGeometry width="50" height="50" relative="1" as="geometry">
                        <mxPoint x="-170" y="445" as="sourcePoint"/>
                        <mxPoint x="-320" y="390" as="targetPoint"/>
                        <Array as="points">
                            <mxPoint x="-320" y="445"/>
                        </Array>
                    </mxGeometry>
                </mxCell>
                <mxCell id="220" value="Coflitto d&#39;interessi firmato dal direttore di dipartimento" style="text;strokeColor=none;fillColor=none;align=center;verticalAlign=middle;spacingLeft=4;spacingRight=4;overflow=hidden;points=[[0,0.5],[1,0.5]];portConstraint=eastwest;rotatable=0;whiteSpace=wrap;html=1;" parent="1" vertex="1">
                    <mxGeometry x="-257.5" y="570" width="115" height="50" as="geometry"/>
                </mxCell>
                <mxCell id="221" value="Coflitto d&#39;interessi firmato dal responsabile scientifico" style="text;strokeColor=none;fillColor=none;align=center;verticalAlign=middle;spacingLeft=4;spacingRight=4;overflow=hidden;points=[[0,0.5],[1,0.5]];portConstraint=eastwest;rotatable=0;whiteSpace=wrap;html=1;" parent="1" vertex="1">
                    <mxGeometry x="-152.5" y="565" width="145" height="60" as="geometry"/>
                </mxCell>
                <mxCell id="222" value="Coflitto d&#39;interessi firmato dal RUP" style="text;strokeColor=none;fillColor=none;align=center;verticalAlign=middle;spacingLeft=4;spacingRight=4;overflow=hidden;points=[[0,0.5],[1,0.5]];portConstraint=eastwest;rotatable=0;whiteSpace=wrap;html=1;" parent="1" vertex="1">
                    <mxGeometry x="-377.5" y="565" width="115" height="50" as="geometry"/>
                </mxCell>
                <mxCell id="223" value="" style="endArrow=classic;html=1;entryX=0.25;entryY=1;entryDx=0;entryDy=0;" parent="1" target="177" edge="1">
                    <mxGeometry width="50" height="50" relative="1" as="geometry">
                        <mxPoint x="-320" y="620" as="sourcePoint"/>
                        <mxPoint x="930" y="840" as="targetPoint"/>
                        <Array as="points">
                            <mxPoint x="-320" y="890"/>
                            <mxPoint x="990" y="890"/>
                        </Array>
                    </mxGeometry>
                </mxCell>
                <mxCell id="224" value="" style="endArrow=none;html=1;" parent="1" edge="1">
                    <mxGeometry width="50" height="50" relative="1" as="geometry">
                        <mxPoint x="-190" y="890" as="sourcePoint"/>
                        <mxPoint x="-200" y="630" as="targetPoint"/>
                        <Array as="points">
                            <mxPoint x="-200" y="890"/>
                        </Array>
                    </mxGeometry>
                </mxCell>
                <mxCell id="225" value="" style="endArrow=none;html=1;" parent="1" edge="1">
                    <mxGeometry width="50" height="50" relative="1" as="geometry">
                        <mxPoint x="-70" y="890" as="sourcePoint"/>
                        <mxPoint x="-80.29" y="630" as="targetPoint"/>
                        <Array as="points">
                            <mxPoint x="-80" y="890"/>
                        </Array>
                    </mxGeometry>
                </mxCell>
                <mxCell id="228" value="" style="endArrow=none;html=1;exitX=0.5;exitY=1;exitDx=0;exitDy=0;" parent="1" source="45" edge="1">
                    <mxGeometry width="50" height="50" relative="1" as="geometry">
                        <mxPoint x="280" y="800" as="sourcePoint"/>
                        <mxPoint x="610" y="760" as="targetPoint"/>
                        <Array as="points">
                            <mxPoint x="180" y="870"/>
                            <mxPoint x="400" y="870"/>
                            <mxPoint x="400" y="80"/>
                            <mxPoint x="610" y="80"/>
                        </Array>
                    </mxGeometry>
                </mxCell>
                <mxCell id="229" value="" style="endArrow=classic;html=1;entryX=0.5;entryY=0;entryDx=0;entryDy=0;" parent="1" target="118" edge="1">
                    <mxGeometry width="50" height="50" relative="1" as="geometry">
                        <mxPoint x="750" y="750" as="sourcePoint"/>
                        <mxPoint x="780" y="750" as="targetPoint"/>
                        <Array as="points">
                            <mxPoint x="750" y="870"/>
                            <mxPoint x="820" y="870"/>
                            <mxPoint x="820" y="80"/>
                            <mxPoint x="1010" y="80"/>
                        </Array>
                    </mxGeometry>
                </mxCell>
                <mxCell id="230" value="" style="endArrow=none;html=1;" parent="1" edge="1">
                    <mxGeometry width="50" height="50" relative="1" as="geometry">
-                         <mxPoint x="470" y="750" as="sourcePoint"/>
+                         <mxPoint x="470" y="640" as="sourcePoint"/>
                        <mxPoint x="770" y="870" as="targetPoint"/>
                        <Array as="points">
                            <mxPoint x="470" y="870"/>
                        </Array>
                    </mxGeometry>
-                 </mxCell>
-                 <mxCell id="232" value="&lt;font style=&quot;font-size: 22px;&quot;&gt;Modifica rendendo questi documenti non bloccanti&amp;nbsp;&lt;br&gt;- Spacifiche tecniche&lt;br&gt;- Istruzioni compilazione DGUE MEPA&lt;br&gt;- Riga unica MEPA&lt;br&gt;- Specifiche tecniche&lt;/font&gt;" style="text;html=1;align=center;verticalAlign=middle;resizable=0;points=[];autosize=1;strokeColor=none;fillColor=none;" parent="1" vertex="1">
-                     <mxGeometry x="336.25" y="960" width="520" height="150" as="geometry"/>
-                 </mxCell>
-                 <mxCell id="233" value="Non bloccante" style="text;html=1;align=center;verticalAlign=middle;resizable=0;points=[];autosize=1;strokeColor=none;fillColor=none;" parent="1" vertex="1">
-                     <mxGeometry x="645" y="120" width="100" height="30" as="geometry"/>
                </mxCell>
                <mxCell id="234" value="" style="ellipse;whiteSpace=wrap;html=1;aspect=fixed;" parent="1" vertex="1">
                    <mxGeometry x="1300" y="816.25" width="80" height="80" as="geometry"/>
                </mxCell>
-                 <mxCell id="235" value="Non bloccante" style="text;html=1;align=center;verticalAlign=middle;resizable=0;points=[];autosize=1;strokeColor=none;fillColor=none;" vertex="1" parent="1">
-                     <mxGeometry x="1075" y="150" width="100" height="30" as="geometry"/>
+                 <mxCell id="236" value="" style="ellipse;whiteSpace=wrap;html=1;aspect=fixed;" vertex="1" parent="1">
+                     <mxGeometry x="640" y="480" width="80" height="80" as="geometry"/>
+                 </mxCell>
+                 <mxCell id="237" value="" style="ellipse;whiteSpace=wrap;html=1;aspect=fixed;" vertex="1" parent="1">
+                     <mxGeometry x="640" y="610" width="80" height="80" as="geometry"/>
+                 </mxCell>
+                 <mxCell id="238" value="Istruzioni compilazione DGUE MePa" style="text;strokeColor=none;fillColor=none;align=center;verticalAlign=middle;spacingLeft=4;spacingRight=4;overflow=hidden;points=[[0,0.5],[1,0.5]];portConstraint=eastwest;rotatable=0;whiteSpace=wrap;html=1;" vertex="1" parent="1">
+                     <mxGeometry x="615" y="560" width="130" height="50" as="geometry"/>
+                 </mxCell>
+                 <mxCell id="239" value="RIga unica MeP&lt;span style=&quot;color: rgb(63, 63, 63); background-color: transparent;&quot;&gt;a&lt;/span&gt;" style="text;strokeColor=none;fillColor=none;align=center;verticalAlign=middle;spacingLeft=4;spacingRight=4;overflow=hidden;points=[[0,0.5],[1,0.5]];portConstraint=eastwest;rotatable=0;whiteSpace=wrap;html=1;" vertex="1" parent="1">
+                     <mxGeometry x="615" y="680" width="130" height="50" as="geometry"/>
+                 </mxCell>
+                 <mxCell id="242" value="Non bloccante" style="text;html=1;align=center;verticalAlign=middle;whiteSpace=wrap;rounded=0;" vertex="1" parent="1">
+                     <mxGeometry x="1060" y="180" width="40" height="20" as="geometry"/>
+                 </mxCell>
+                 <mxCell id="243" value="Non bloccante" style="text;html=1;align=center;verticalAlign=middle;whiteSpace=wrap;rounded=0;" vertex="1" parent="1">
+                     <mxGeometry x="660" y="130" width="40" height="20" as="geometry"/>
+                 </mxCell>
+                 <mxCell id="244" value="Non bloccante" style="text;html=1;align=center;verticalAlign=middle;whiteSpace=wrap;rounded=0;" vertex="1" parent="1">
+                     <mxGeometry x="660" y="640" width="40" height="20" as="geometry"/>
+                 </mxCell>
+                 <mxCell id="245" value="Non bloccante" style="text;html=1;align=center;verticalAlign=middle;whiteSpace=wrap;rounded=0;" vertex="1" parent="1">
+                     <mxGeometry x="520" y="751.25" width="40" height="20" as="geometry"/>
                </mxCell>
            </root>
        </mxGraphModel>
    </diagram>
</mxfile>